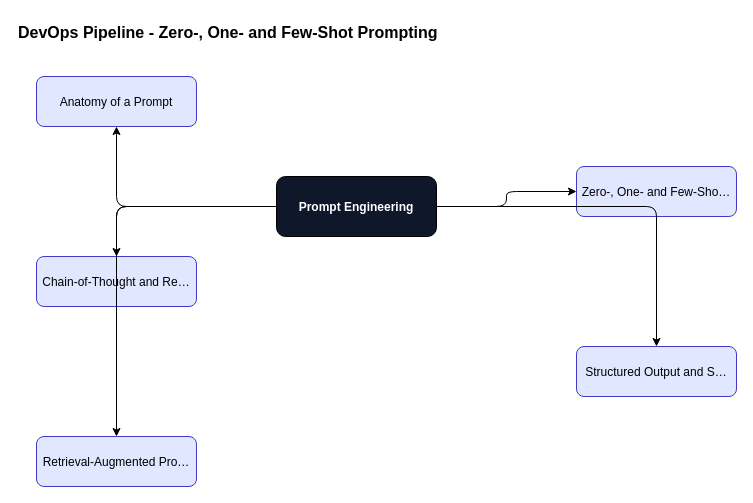
Before: content/prompt-engineering/prompt-engineering-foundations/diagrams/fig-002-devops-pipeline.drawio in ankit05121980/AI-University, a draw.io diagram. Source tidied: cells renumbered, new cells numbered last; positions are measured from the earlier drawing's top-left corner, leaving out a move shared by most shapes. Both pictures are drawn from the tidied source at 100%, with x=0, y=0 at pixel (16, 16).
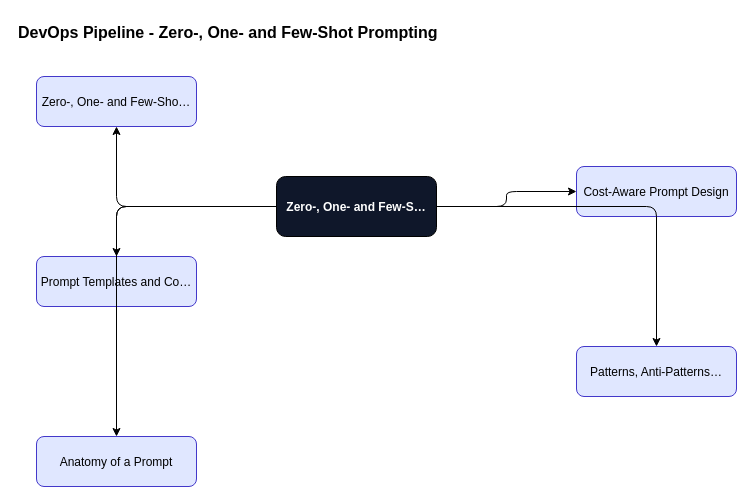
Above is the later version.

Diff of the diagram source:
```diff
@@
 <mxGraphModel>
   <root>
     <mxCell id="0" />
     <mxCell id="1" parent="0" />
     <mxCell id="2" value="DevOps Pipeline - Zero-, One- and Few-Shot Prompting" style="text;fontSize=16;fontStyle=1;" parent="1" vertex="1">
       <mxGeometry width="600" height="30" as="geometry" />
     </mxCell>
-    <mxCell id="3" value="Prompt Engineering" style="rounded=1;fillColor=#0f172a;fontColor=#ffffff;fontStyle=1;" parent="1" vertex="1">
+    <mxCell id="3" value="Zero-, One- and Few-S…" style="rounded=1;fillColor=#0f172a;fontColor=#ffffff;fontStyle=1;" parent="1" vertex="1">
       <mxGeometry x="260" y="160" width="160" height="60" as="geometry" />
     </mxCell>
-    <mxCell id="4" value="Anatomy of a Prompt" style="rounded=1;fillColor=#e0e7ff;strokeColor=#4338ca;" parent="1" vertex="1">
+    <mxCell id="4" value="Zero-, One- and Few-Sho…" style="rounded=1;fillColor=#e0e7ff;strokeColor=#4338ca;" parent="1" vertex="1">
       <mxGeometry x="20" y="60" width="160" height="50" as="geometry" />
     </mxCell>
     <mxCell id="5" style="edgeStyle=orthogonalEdgeStyle;" parent="1" edge="1" source="3" target="4">
       <mxGeometry relative="1" as="geometry" />
     </mxCell>
-    <mxCell id="6" value="Zero-, One- and Few-Sho…" style="rounded=1;fillColor=#e0e7ff;strokeColor=#4338ca;" parent="1" vertex="1">
+    <mxCell id="6" value="Cost-Aware Prompt Design" style="rounded=1;fillColor=#e0e7ff;strokeColor=#4338ca;" parent="1" vertex="1">
       <mxGeometry x="560" y="150" width="160" height="50" as="geometry" />
     </mxCell>
     <mxCell id="7" style="edgeStyle=orthogonalEdgeStyle;" parent="1" edge="1" source="3" target="6">
       <mxGeometry relative="1" as="geometry" />
     </mxCell>
-    <mxCell id="8" value="Chain-of-Thought and Re…" style="rounded=1;fillColor=#e0e7ff;strokeColor=#4338ca;" parent="1" vertex="1">
+    <mxCell id="8" value="Prompt Templates and Co…" style="rounded=1;fillColor=#e0e7ff;strokeColor=#4338ca;" parent="1" vertex="1">
       <mxGeometry x="20" y="240" width="160" height="50" as="geometry" />
     </mxCell>
     <mxCell id="9" style="edgeStyle=orthogonalEdgeStyle;" parent="1" edge="1" source="3" target="8">
       <mxGeometry relative="1" as="geometry" />
     </mxCell>
-    <mxCell id="10" value="Structured Output and S…" style="rounded=1;fillColor=#e0e7ff;strokeColor=#4338ca;" parent="1" vertex="1">
+    <mxCell id="10" value="Patterns, Anti-Patterns…" style="rounded=1;fillColor=#e0e7ff;strokeColor=#4338ca;" parent="1" vertex="1">
       <mxGeometry x="560" y="330" width="160" height="50" as="geometry" />
     </mxCell>
     <mxCell id="11" style="edgeStyle=orthogonalEdgeStyle;" parent="1" edge="1" source="3" target="10">
       <mxGeometry relative="1" as="geometry" />
     </mxCell>
-    <mxCell id="12" value="Retrieval-Augmented Pro…" style="rounded=1;fillColor=#e0e7ff;strokeColor=#4338ca;" parent="1" vertex="1">
+    <mxCell id="12" value="Anatomy of a Prompt" style="rounded=1;fillColor=#e0e7ff;strokeColor=#4338ca;" parent="1" vertex="1">
       <mxGeometry x="20" y="420" width="160" height="50" as="geometry" />
     </mxCell>
     <mxCell id="13" style="edgeStyle=orthogonalEdgeStyle;" parent="1" edge="1" source="3" target="12">
       <mxGeometry relative="1" as="geometry" />
     </mxCell>
   </root>
 </mxGraphModel>
```
